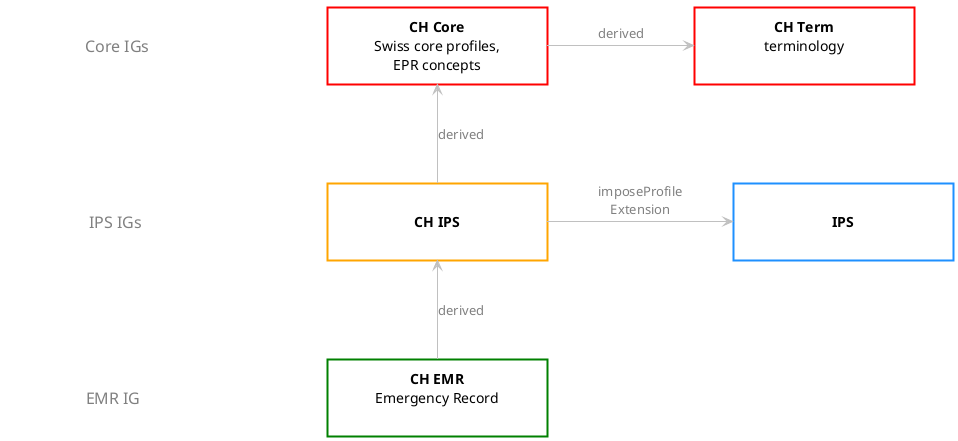
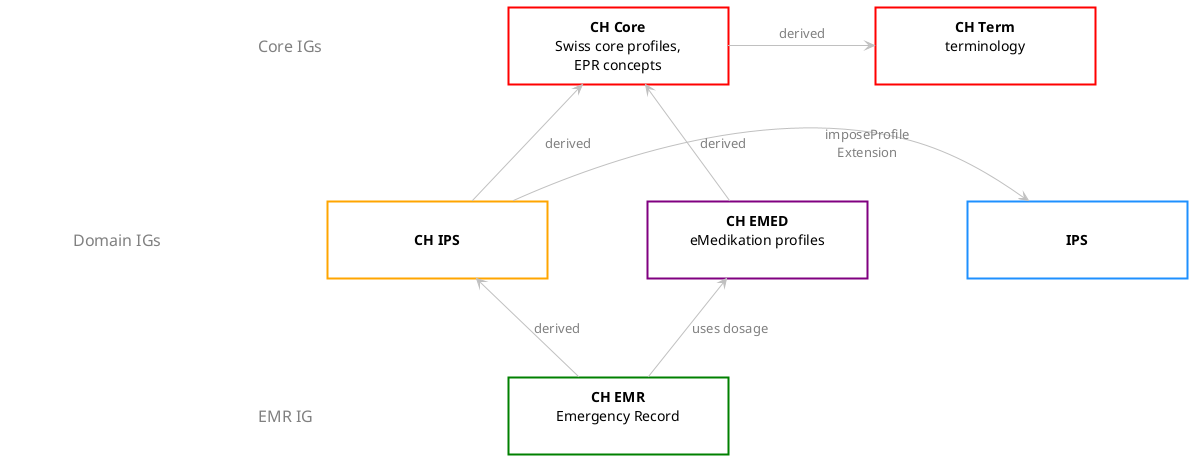
@startuml
skinparam defaultTextAlignment center
skinparam shadowing false
skinparam rectangle {
  roundCorner 0
}
skinparam nodesep 100
skinparam ranksep 80

skinparam minClassWidth 200

- rectangle "<color:Gray><size:16>Core IGs" as L1 #White;line:White
- rectangle "<color:Gray><size:16>IPS IGs " as L2 #White;line:White
- rectangle "<color:Gray><size:16>EMR IG  " as L3 #White;line:White
+ rectangle "<color:Gray><size:16>Core IGs    " as L1 #White;line:White
+ rectangle "<color:Gray><size:16>Domain IGs" as L2 #White;line:White
+ rectangle "<color:Gray><size:16>EMR IG      " as L3 #White;line:White

rectangle "**CH Core**\nSwiss core profiles,\nEPR concepts" as chcore #White;line:Red;line.bold;text:Black
rectangle "**CH Term**\nterminology\n" as chterm #White;line:Red;line.bold;text:Black
rectangle "\n**CH IPS**\n" as chips #White;line:Orange;line.bold;text:Black
rectangle "\n**IPS**\n" as ips #White;line:DodgerBlue;line.bold;text:Black
+ rectangle "**CH EMED**\neMedikation profiles\n " as chemed #White;line:Purple;line.bold;text:Black
rectangle "**CH EMR**\nEmergency Record\n " as chemr #White;line:Green;line.bold;text:Black

L1 -[hidden]right- chcore
L2 -[hidden]right- chips
+ chips -[hidden]right- chemed
L3 -[hidden]right- chemr

chcore -right-> chterm #Silver : <color:Gray>derived
chips -up-> chcore #Silver : <color:Gray>derived
chips -right-> ips #Silver : <color:Gray>imposeProfile\n<color:Gray>Extension
+ chemed -up-> chcore #Silver : <color:Gray>derived
chemr -up-> chips #Silver : <color:Gray>derived
+ chemr -up-> chemed #Silver : <color:Gray>uses dosage

@enduml
